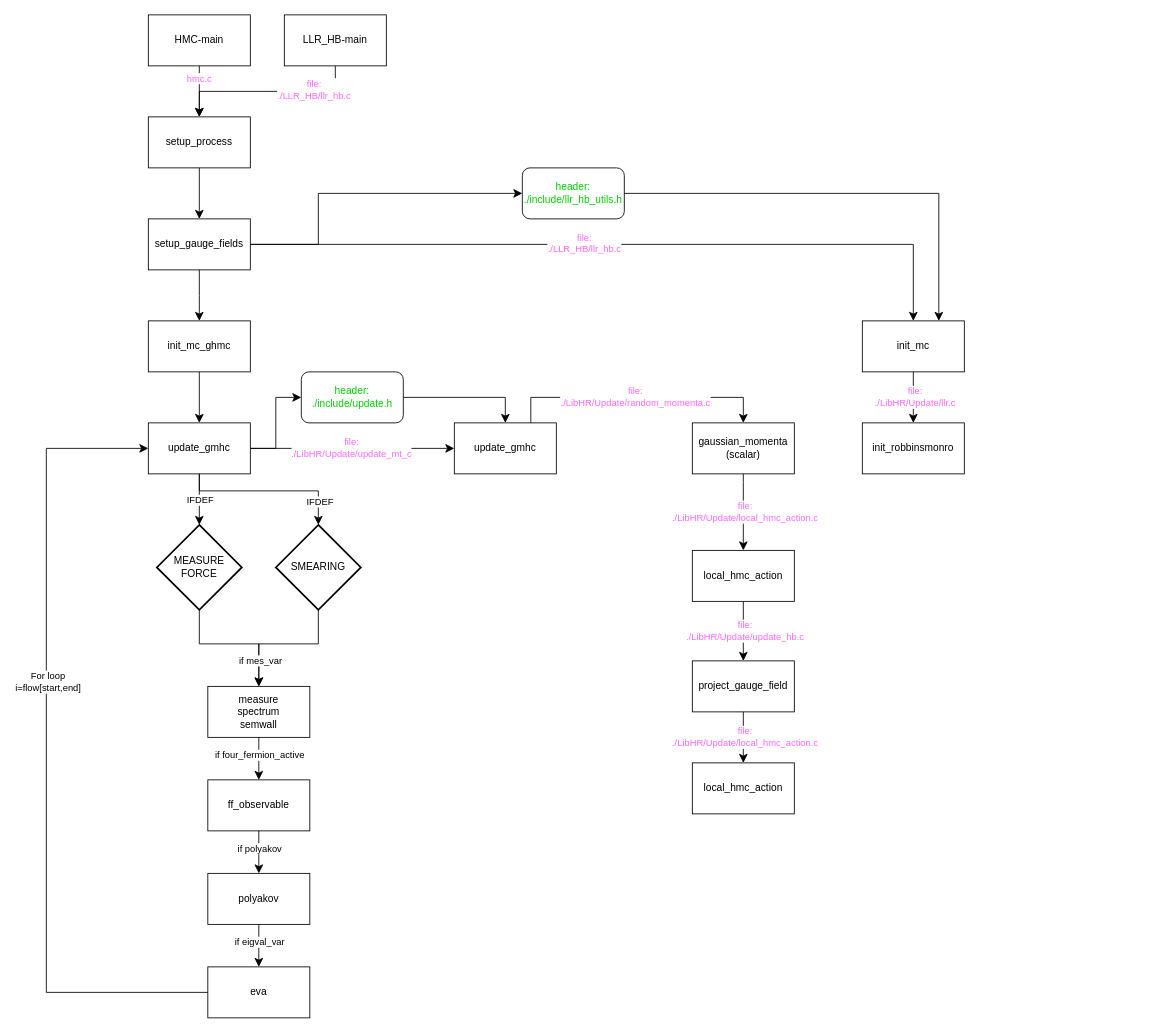
Earlier version of the draw.io diagram doc/HiRep-LLR-SP/programFlow-HiRep-LLR-SP.drawio (fbonnet08/Bench_Grid_HiRep). Source tidied: cells renumbered, new cells numbered last; positions are measured from the earlier drawing's top-left corner, leaving out a move shared by most shapes. Both pictures are drawn from the tidied source at 85%, with x=0, y=0 at pixel (46, 14).
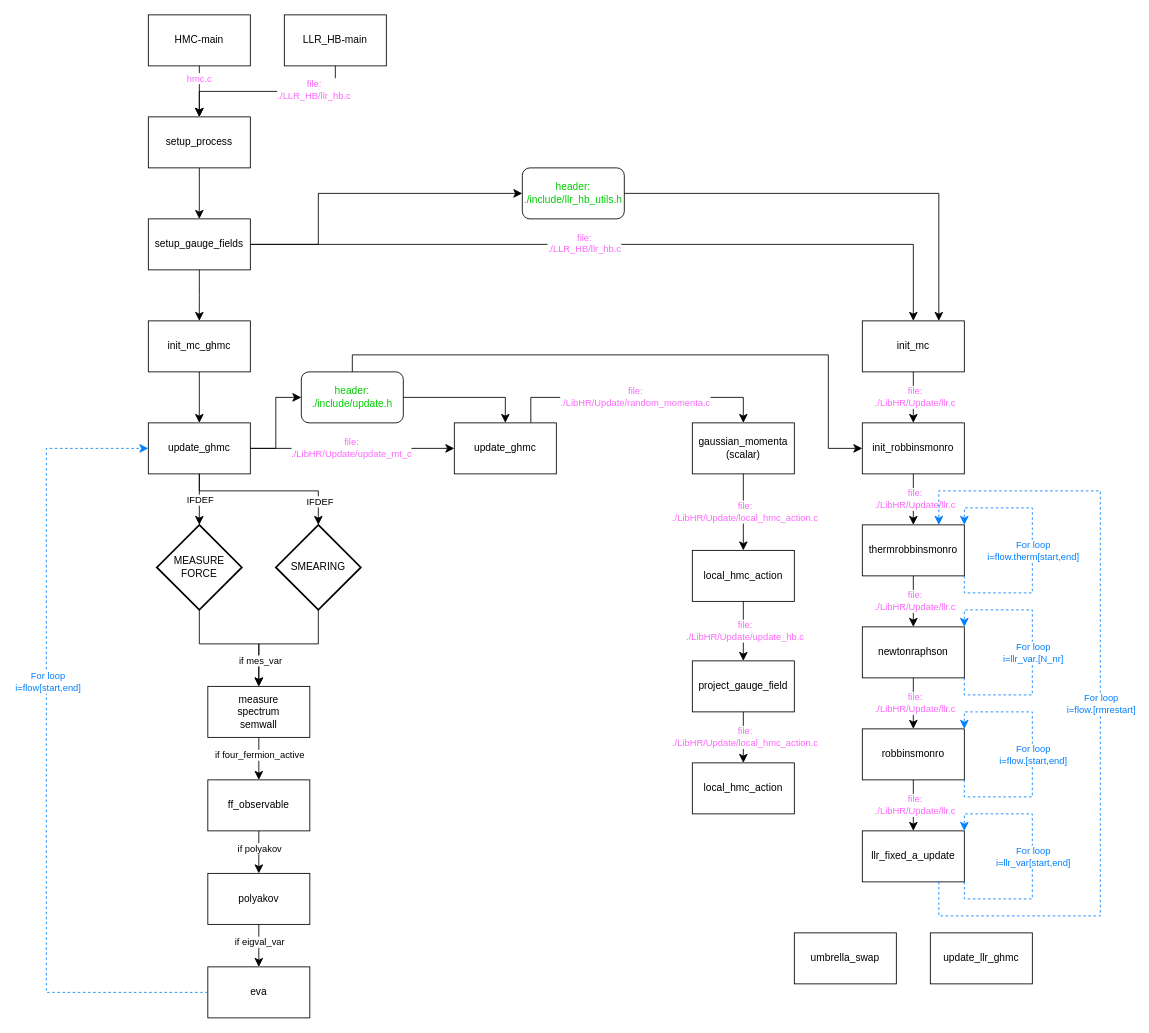
The same page after the edit.

Commit message:
- Initiation of the LLR mapping in sketch workflow.

The change refers to these unchanged cells:
```xml
<mxCell id="28" value="eva" style="rounded=0;whiteSpace=wrap;html=1;" parent="1" vertex="1">
  <mxGeometry x="190" y="1120" width="120" height="60" as="geometry" />
</mxCell>
<mxCell id="36" value="&lt;font color=&quot;#00cc00&quot;&gt;header:&lt;br&gt;./include/update.h&lt;/font&gt;" style="rounded=1;whiteSpace=wrap;html=1;" parent="1" vertex="1">
  <mxGeometry x="300" y="420" width="120" height="60" as="geometry" />
</mxCell>
<mxCell id="57" value="init_robbinsmonro" style="rounded=0;whiteSpace=wrap;html=1;" parent="1" vertex="1">
  <mxGeometry x="960" y="480" width="120" height="60" as="geometry" />
</mxCell>
```

Change to the diagram source:
```diff
@@
-    <mxCell id="10" value="update_gmhc" style="rounded=0;whiteSpace=wrap;html=1;" parent="1" vertex="1">
+    <mxCell id="10" value="update_ghmc" style="rounded=0;whiteSpace=wrap;html=1;" parent="1" vertex="1">
       <mxGeometry x="120" y="480" width="120" height="60" as="geometry" />
     </mxCell>
@@
-    <mxCell id="31" style="edgeStyle=segmentEdgeStyle;endArrow=classic;html=1;curved=0;rounded=0;endSize=8;startSize=8;exitX=0;exitY=0.5;exitDx=0;exitDy=0;entryX=0;entryY=0.5;entryDx=0;entryDy=0;" parent="1" edge="1" source="28" target="10">
+    <mxCell id="31" style="edgeStyle=segmentEdgeStyle;endArrow=classic;html=1;curved=0;rounded=0;endSize=8;startSize=8;exitX=0;exitY=0.5;exitDx=0;exitDy=0;entryX=0;entryY=0.5;entryDx=0;entryDy=0;dashed=1;strokeColor=#007FFF;" parent="1" edge="1" source="28" target="10">
       <mxGeometry relative="1" as="geometry">
         <Array as="points">
           <mxPoint y="1150" />
           <mxPoint y="510" />
         </Array>
       </mxGeometry>
     </mxCell>
-    <mxCell id="32" value="For loop&lt;br&gt;i=flow[start,end]" style="edgeLabel;html=1;align=center;verticalAlign=middle;" parent="31" vertex="1">
+    <mxCell id="32" value="&lt;font color=&quot;#007fff&quot;&gt;For loop&lt;br&gt;i=flow[start,end]&lt;/font&gt;" style="edgeLabel;html=1;align=center;verticalAlign=middle;" parent="31" vertex="1">
       <mxGeometry x="0.17" y="-1" relative="1" as="geometry" />
     </mxCell>
-    <mxCell id="33" value="update_gmhc" style="rounded=0;whiteSpace=wrap;html=1;" parent="1" vertex="1">
+    <mxCell id="33" value="update_ghmc" style="rounded=0;whiteSpace=wrap;html=1;" parent="1" vertex="1">
       <mxGeometry x="480" y="480" width="120" height="60" as="geometry" />
     </mxCell>
@@
+    <mxCell id="63" value="thermrobbinsmonro" style="rounded=0;whiteSpace=wrap;html=1;" parent="1" vertex="1">
+      <mxGeometry x="960" y="600" width="120" height="60" as="geometry" />
+    </mxCell>
+    <mxCell id="64" style="edgeStyle=segmentEdgeStyle;endArrow=classic;html=1;curved=0;rounded=0;endSize=8;startSize=8;exitX=0.5;exitY=0;exitDx=0;exitDy=0;entryX=0;entryY=0.5;entryDx=0;entryDy=0;" parent="1" edge="1" source="36" target="57">
+      <mxGeometry relative="1" as="geometry">
+        <Array as="points">
+          <mxPoint x="360" y="400" />
+          <mxPoint x="920" y="400" />
+          <mxPoint x="920" y="510" />
+        </Array>
+      </mxGeometry>
+    </mxCell>
+    <mxCell id="65" style="edgeStyle=segmentEdgeStyle;endArrow=classic;html=1;curved=0;rounded=0;endSize=8;startSize=8;exitX=0.5;exitY=1;exitDx=0;exitDy=0;entryX=0.5;entryY=0;entryDx=0;entryDy=0;" parent="1" edge="1" source="57" target="63">
+      <mxGeometry relative="1" as="geometry">
+        <Array as="points">
+          <mxPoint x="1020" y="570" />
+          <mxPoint x="1020" y="570" />
+        </Array>
+      </mxGeometry>
+    </mxCell>
+    <mxCell id="66" value="&lt;font color=&quot;#ff66ff&quot;&gt;file:&lt;br&gt;./LibHR/Update/llr.c&lt;/font&gt;" style="edgeLabel;html=1;align=center;verticalAlign=middle;" parent="65" vertex="1">
+      <mxGeometry x="-0.02" y="1" relative="1" as="geometry" />
+    </mxCell>
+    <mxCell id="67" style="edgeStyle=segmentEdgeStyle;endArrow=classic;html=1;curved=0;rounded=0;endSize=8;startSize=8;entryX=1;entryY=0;entryDx=0;entryDy=0;exitX=1;exitY=1;exitDx=0;exitDy=0;dashed=1;strokeColor=#007FFF;" parent="1" edge="1" source="63" target="63">
+      <mxGeometry relative="1" as="geometry">
+        <Array as="points">
+          <mxPoint x="1080" y="680" />
+          <mxPoint x="1160" y="680" />
+          <mxPoint x="1160" y="580" />
+          <mxPoint x="1080" y="580" />
+        </Array>
+      </mxGeometry>
+    </mxCell>
+    <mxCell id="68" value="&lt;font color=&quot;#007fff&quot;&gt;For loop&lt;br style=&quot;border-color: var(--border-color);&quot;&gt;i=flow.therm[start,end]&lt;/font&gt;" style="edgeLabel;html=1;align=center;verticalAlign=middle;" parent="67" vertex="1">
+      <mxGeometry relative="1" as="geometry" />
+    </mxCell>
+    <mxCell id="69" value="newtonraphson" style="rounded=0;whiteSpace=wrap;html=1;" parent="1" vertex="1">
+      <mxGeometry x="960" y="720" width="120" height="60" as="geometry" />
+    </mxCell>
+    <mxCell id="70" style="edgeStyle=segmentEdgeStyle;endArrow=classic;html=1;curved=0;rounded=0;endSize=8;startSize=8;exitX=0.5;exitY=1;exitDx=0;exitDy=0;entryX=0.5;entryY=0;entryDx=0;entryDy=0;" parent="1" edge="1" source="63" target="69">
+      <mxGeometry relative="1" as="geometry">
+        <Array as="points">
+          <mxPoint x="1020" y="690" />
+          <mxPoint x="1020" y="690" />
+        </Array>
+      </mxGeometry>
+    </mxCell>
+    <mxCell id="71" value="&lt;font color=&quot;#ff66ff&quot;&gt;file:&lt;br&gt;./LibHR/Update/llr.c&lt;/font&gt;" style="edgeLabel;html=1;align=center;verticalAlign=middle;" parent="70" vertex="1">
+      <mxGeometry x="-0.02" y="1" relative="1" as="geometry" />
+    </mxCell>
+    <mxCell id="72" style="edgeStyle=segmentEdgeStyle;endArrow=classic;html=1;curved=0;rounded=0;endSize=8;startSize=8;entryX=1;entryY=0;entryDx=0;entryDy=0;exitX=1;exitY=1;exitDx=0;exitDy=0;dashed=1;strokeColor=#007FFF;" parent="1" edge="1" source="69" target="69">
+      <mxGeometry relative="1" as="geometry">
+        <Array as="points">
+          <mxPoint x="1080" y="800" />
+          <mxPoint x="1160" y="800" />
+          <mxPoint x="1160" y="700" />
+          <mxPoint x="1080" y="700" />
+        </Array>
+      </mxGeometry>
+    </mxCell>
+    <mxCell id="73" value="&lt;font color=&quot;#007fff&quot;&gt;For loop&lt;br style=&quot;border-color: var(--border-color);&quot;&gt;i=llr_var.[N_nr]&lt;/font&gt;" style="edgeLabel;html=1;align=center;verticalAlign=middle;" parent="72" vertex="1">
+      <mxGeometry relative="1" as="geometry" />
+    </mxCell>
+    <mxCell id="74" value="robbinsmonro" style="rounded=0;whiteSpace=wrap;html=1;" parent="1" vertex="1">
+      <mxGeometry x="960" y="840" width="120" height="60" as="geometry" />
+    </mxCell>
+    <mxCell id="75" style="edgeStyle=segmentEdgeStyle;endArrow=classic;html=1;curved=0;rounded=0;endSize=8;startSize=8;exitX=0.5;exitY=1;exitDx=0;exitDy=0;entryX=0.5;entryY=0;entryDx=0;entryDy=0;" parent="1" edge="1" source="69" target="74">
+      <mxGeometry relative="1" as="geometry" />
+    </mxCell>
+    <mxCell id="76" value="&lt;font color=&quot;#ff66ff&quot;&gt;file:&lt;br&gt;./LibHR/Update/llr.c&lt;/font&gt;" style="edgeLabel;html=1;align=center;verticalAlign=middle;" parent="75" vertex="1">
+      <mxGeometry x="-0.02" y="1" relative="1" as="geometry" />
+    </mxCell>
+    <mxCell id="77" style="edgeStyle=segmentEdgeStyle;endArrow=classic;html=1;curved=0;rounded=0;endSize=8;startSize=8;entryX=1;entryY=0;entryDx=0;entryDy=0;exitX=1;exitY=1;exitDx=0;exitDy=0;dashed=1;strokeColor=#007FFF;" parent="1" edge="1" source="74" target="74">
+      <mxGeometry relative="1" as="geometry">
+        <Array as="points">
+          <mxPoint x="1080" y="920" />
+          <mxPoint x="1160" y="920" />
+          <mxPoint x="1160" y="820" />
+          <mxPoint x="1080" y="820" />
+        </Array>
+      </mxGeometry>
+    </mxCell>
+    <mxCell id="78" value="&lt;font color=&quot;#007fff&quot;&gt;For loop&lt;br style=&quot;border-color: var(--border-color);&quot;&gt;i=flow.[start,end]&lt;/font&gt;" style="edgeLabel;html=1;align=center;verticalAlign=middle;" parent="77" vertex="1">
+      <mxGeometry relative="1" as="geometry" />
+    </mxCell>
+    <mxCell id="79" value="llr_fixed_a_update" style="rounded=0;whiteSpace=wrap;html=1;" parent="1" vertex="1">
+      <mxGeometry x="960" y="960" width="120" height="60" as="geometry" />
+    </mxCell>
+    <mxCell id="80" style="edgeStyle=segmentEdgeStyle;endArrow=classic;html=1;curved=0;rounded=0;endSize=8;startSize=8;exitX=0.5;exitY=1;exitDx=0;exitDy=0;entryX=0.5;entryY=0;entryDx=0;entryDy=0;" parent="1" edge="1" source="74" target="79">
+      <mxGeometry relative="1" as="geometry" />
+    </mxCell>
+    <mxCell id="81" value="&lt;font color=&quot;#ff66ff&quot;&gt;file:&lt;br&gt;./LibHR/Update/llr.c&lt;/font&gt;" style="edgeLabel;html=1;align=center;verticalAlign=middle;" parent="80" vertex="1">
+      <mxGeometry x="-0.02" y="1" relative="1" as="geometry" />
+    </mxCell>
+    <mxCell id="82" style="edgeStyle=segmentEdgeStyle;endArrow=classic;html=1;curved=0;rounded=0;endSize=8;startSize=8;entryX=1;entryY=0;entryDx=0;entryDy=0;exitX=1;exitY=1;exitDx=0;exitDy=0;dashed=1;strokeColor=#007FFF;" parent="1" edge="1" source="79" target="79">
+      <mxGeometry relative="1" as="geometry">
+        <Array as="points">
+          <mxPoint x="1080" y="1040" />
+          <mxPoint x="1160" y="1040" />
+          <mxPoint x="1160" y="940" />
+          <mxPoint x="1080" y="940" />
+        </Array>
+      </mxGeometry>
+    </mxCell>
+    <mxCell id="83" value="&lt;font color=&quot;#007fff&quot;&gt;For loop&lt;br style=&quot;border-color: var(--border-color);&quot;&gt;i=llr_var[start,end]&lt;/font&gt;" style="edgeLabel;html=1;align=center;verticalAlign=middle;" parent="82" vertex="1">
+      <mxGeometry relative="1" as="geometry" />
+    </mxCell>
+    <mxCell id="84" style="edgeStyle=segmentEdgeStyle;endArrow=classic;html=1;curved=0;rounded=0;endSize=8;startSize=8;entryX=0.75;entryY=0;entryDx=0;entryDy=0;exitX=0.75;exitY=1;exitDx=0;exitDy=0;dashed=1;strokeColor=#007FFF;" parent="1" edge="1" source="79" target="63">
+      <mxGeometry relative="1" as="geometry">
+        <Array as="points">
+          <mxPoint x="1050" y="1060" />
+          <mxPoint x="1240" y="1060" />
+          <mxPoint x="1240" y="560" />
+          <mxPoint x="1050" y="560" />
+        </Array>
+      </mxGeometry>
+    </mxCell>
+    <mxCell id="85" value="&lt;font color=&quot;#007fff&quot;&gt;For loop&lt;br style=&quot;border-color: var(--border-color);&quot;&gt;i=flow.[rmrestart]&lt;/font&gt;" style="edgeLabel;html=1;align=center;verticalAlign=middle;" parent="84" vertex="1">
+      <mxGeometry relative="1" as="geometry" />
+    </mxCell>
+    <mxCell id="86" value="umbrella_swap" style="rounded=0;whiteSpace=wrap;html=1;" parent="1" vertex="1">
+      <mxGeometry x="880" y="1080" width="120" height="60" as="geometry" />
+    </mxCell>
+    <mxCell id="87" value="update_llr_ghmc" style="rounded=0;whiteSpace=wrap;html=1;" parent="1" vertex="1">
+      <mxGeometry x="1040" y="1080" width="120" height="60" as="geometry" />
+    </mxCell>
```
